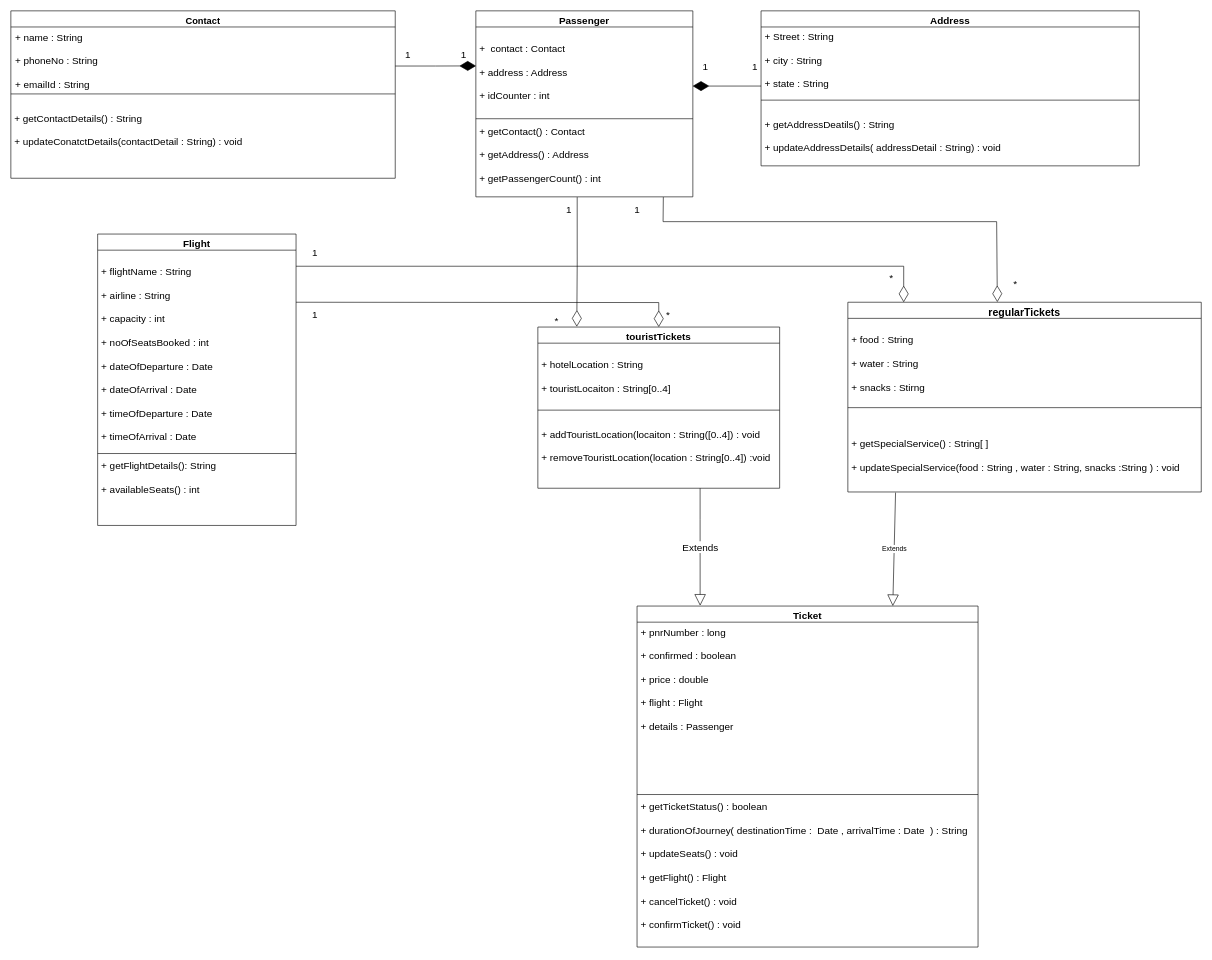
This is UML/class diagram.drawio from abdulashfaq/FRS, a draw.io file, before an edit. Source tidied: cells renumbered, new cells numbered last; positions are measured from the earlier drawing's top-left corner, leaving out a move shared by most shapes. Both pictures are drawn from the tidied source at 62%, with x=0, y=0 at pixel (11, 11).
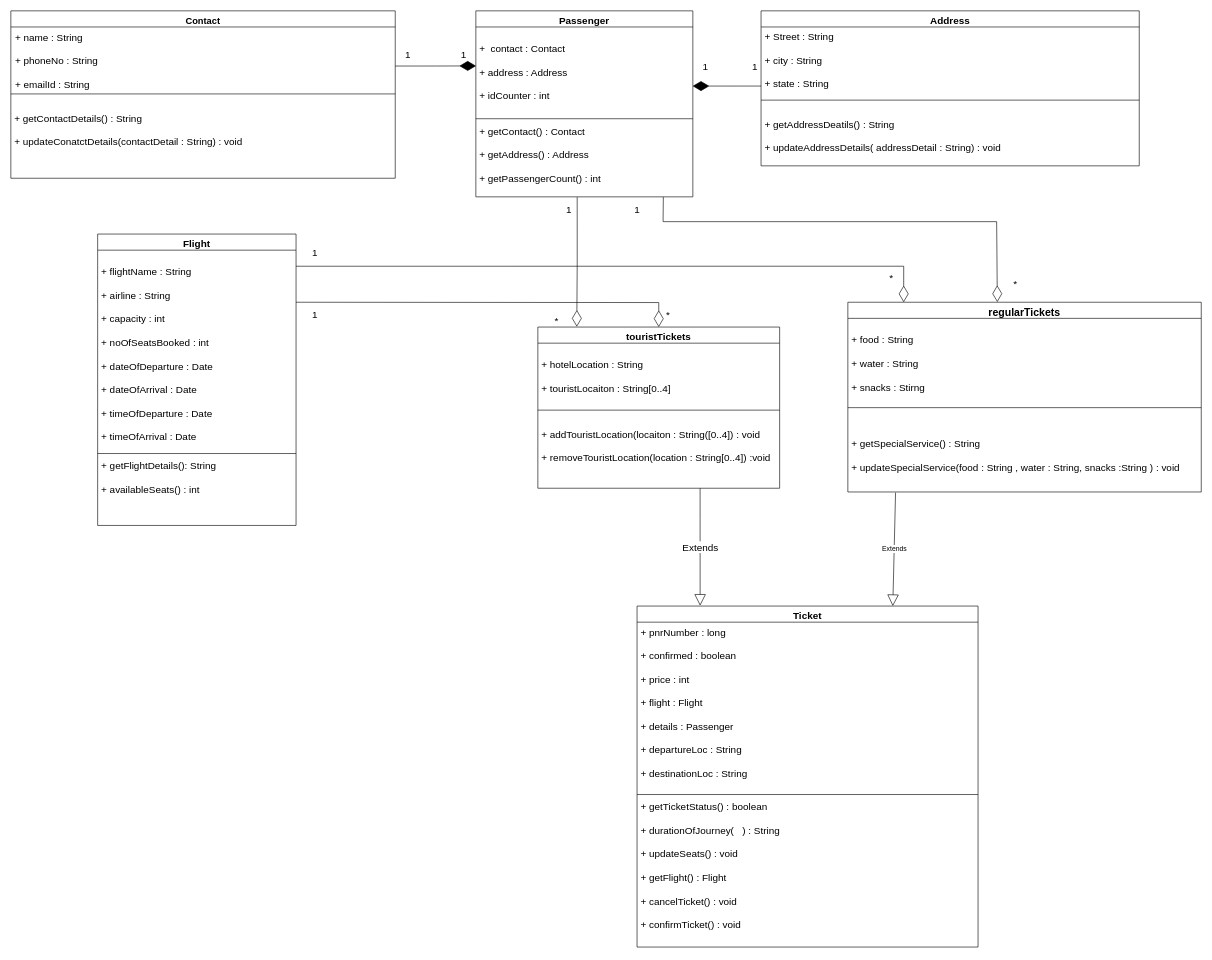
The same page after the edit.

Unchanged cells that the change refers to:
```xml
<mxCell id="10" value="regularTickets" style="swimlane;fontStyle=1;align=center;verticalAlign=top;horizontal=1;startSize=26;fontSize=17;" parent="1" vertex="1">
  <mxGeometry x="1350" y="470" width="570" height="306" as="geometry" />
</mxCell>
<mxCell id="22" value="Ticket" style="swimlane;fontStyle=1;align=center;verticalAlign=top;horizontal=1;startSize=26;fontSize=16;" parent="1" vertex="1">
  <mxGeometry x="1010" y="960" width="550" height="550" as="geometry" />
</mxCell>
```

The edit, as a diff of the source:
```diff
@@
-    <mxCell id="13" value="&#10;&#10;+ getSpecialService() : String[ ]&#10;&#10;+ updateSpecialService(food : String , water : String, snacks :String ) : void" style="text;strokeColor=none;fillColor=none;align=left;verticalAlign=top;spacingLeft=4;spacingRight=4;overflow=hidden;points=[[0,0.5],[1,0.5]];portConstraint=eastwest;fontSize=16;" parent="10" vertex="1">
+    <mxCell id="13" value="&#10;&#10;+ getSpecialService() : String&#10;&#10;+ updateSpecialService(food : String , water : String, snacks :String ) : void" style="text;strokeColor=none;fillColor=none;align=left;verticalAlign=top;spacingLeft=4;spacingRight=4;overflow=hidden;points=[[0,0.5],[1,0.5]];portConstraint=eastwest;fontSize=16;" parent="10" vertex="1">
       <mxGeometry y="174" width="570" height="132" as="geometry" />
     </mxCell>
@@
-    <mxCell id="23" value="+ pnrNumber : long&#10;&#10;+ confirmed : boolean&#10;&#10;+ price : double &#10;&#10;+ flight : Flight &#10;&#10;+ details : Passenger " style="text;strokeColor=none;fillColor=none;align=left;verticalAlign=top;spacingLeft=4;spacingRight=4;overflow=hidden;fontSize=16;" parent="22" vertex="1">
+    <mxCell id="23" value="+ pnrNumber : long&#10;&#10;+ confirmed : boolean&#10;&#10;+ price : int&#10;&#10;+ flight : Flight &#10;&#10;+ details : Passenger &#10;&#10;+ departureLoc : String&#10;&#10;+ destinationLoc : String" style="text;strokeColor=none;fillColor=none;align=left;verticalAlign=top;spacingLeft=4;spacingRight=4;overflow=hidden;fontSize=16;" parent="22" vertex="1">
       <mxGeometry y="26" width="550" height="274" as="geometry" />
     </mxCell>
@@
-    <mxCell id="25" value="+ getTicketStatus() : boolean&#10;&#10;+ durationOfJourney( destinationTime :  Date , arrivalTime : Date  ) : String  &#10;&#10;+ updateSeats() : void &#10;&#10;+ getFlight() : Flight &#10;&#10;+ cancelTicket() : void  &#10;&#10;+ confirmTicket() : void" style="text;strokeColor=none;fillColor=none;align=left;verticalAlign=top;spacingLeft=4;spacingRight=4;overflow=hidden;fontSize=16;" parent="22" vertex="1">
+    <mxCell id="25" value="+ getTicketStatus() : boolean&#10;&#10;+ durationOfJourney(   ) : String  &#10;&#10;+ updateSeats() : void &#10;&#10;+ getFlight() : Flight &#10;&#10;+ cancelTicket() : void  &#10;&#10;+ confirmTicket() : void" style="text;strokeColor=none;fillColor=none;align=left;verticalAlign=top;spacingLeft=4;spacingRight=4;overflow=hidden;fontSize=16;" parent="22" vertex="1">
       <mxGeometry y="308" width="550" height="242" as="geometry" />
     </mxCell>
```
